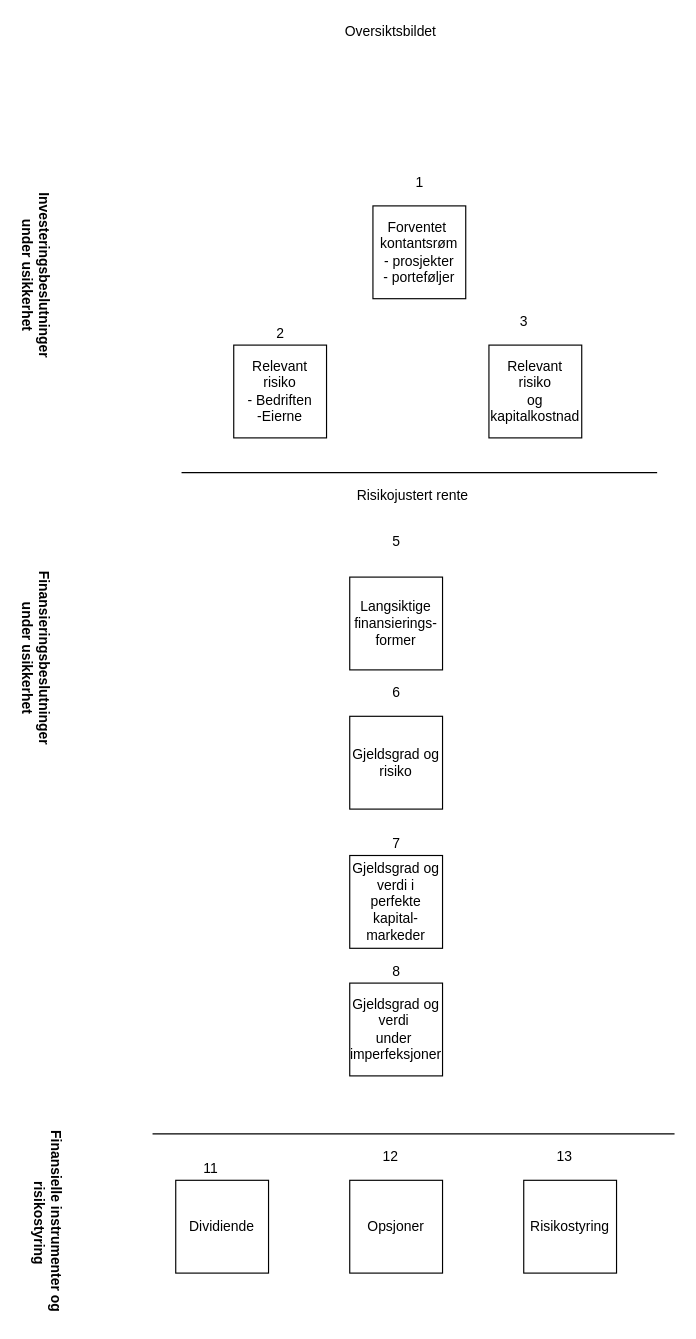
Above: drawio/oversiktsbildet.drawio in joernih/SFB30820Finansteori (draw.io), before the change. Source tidied: cells renumbered, new cells numbered last; positions are measured from the earlier drawing's top-left corner, leaving out a move shared by most shapes. Both pictures are drawn from the tidied source at 116%, with x=0, y=0 at pixel (-51, 20).
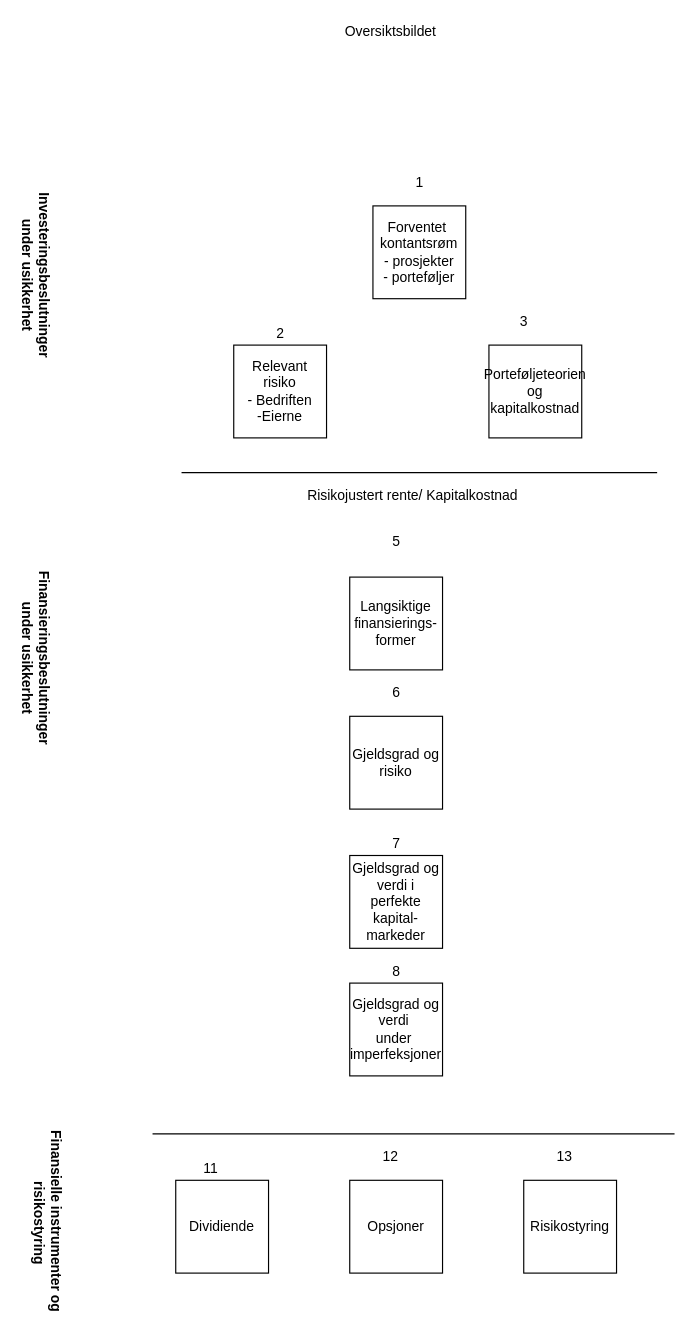
The same diagram, later.

Diff of the diagram source:
```diff
@@
-    <mxCell id="4" value="Relevant risiko&lt;br&gt;og kapitalkostnad" style="whiteSpace=wrap;html=1;" parent="1" vertex="1">
+    <mxCell id="4" value="Porteføljeteorien&lt;br&gt;og kapitalkostnad" style="whiteSpace=wrap;html=1;" parent="1" vertex="1">
       <mxGeometry x="465" y="280" width="80" height="80" as="geometry" />
     </mxCell>
@@
-    <mxCell id="28" value="Risikojustert rente" style="text;html=1;align=center;verticalAlign=middle;strokeColor=none;" parent="1" vertex="1">
-      <mxGeometry x="344" y="400" width="110" height="20" as="geometry" />
+    <mxCell id="28" value="Risikojustert rente/ Kapitalkostnad" style="text;html=1;align=center;verticalAlign=middle;strokeColor=none;" parent="1" vertex="1">
+      <mxGeometry x="299" y="400" width="200" height="20" as="geometry" />
     </mxCell>
```
